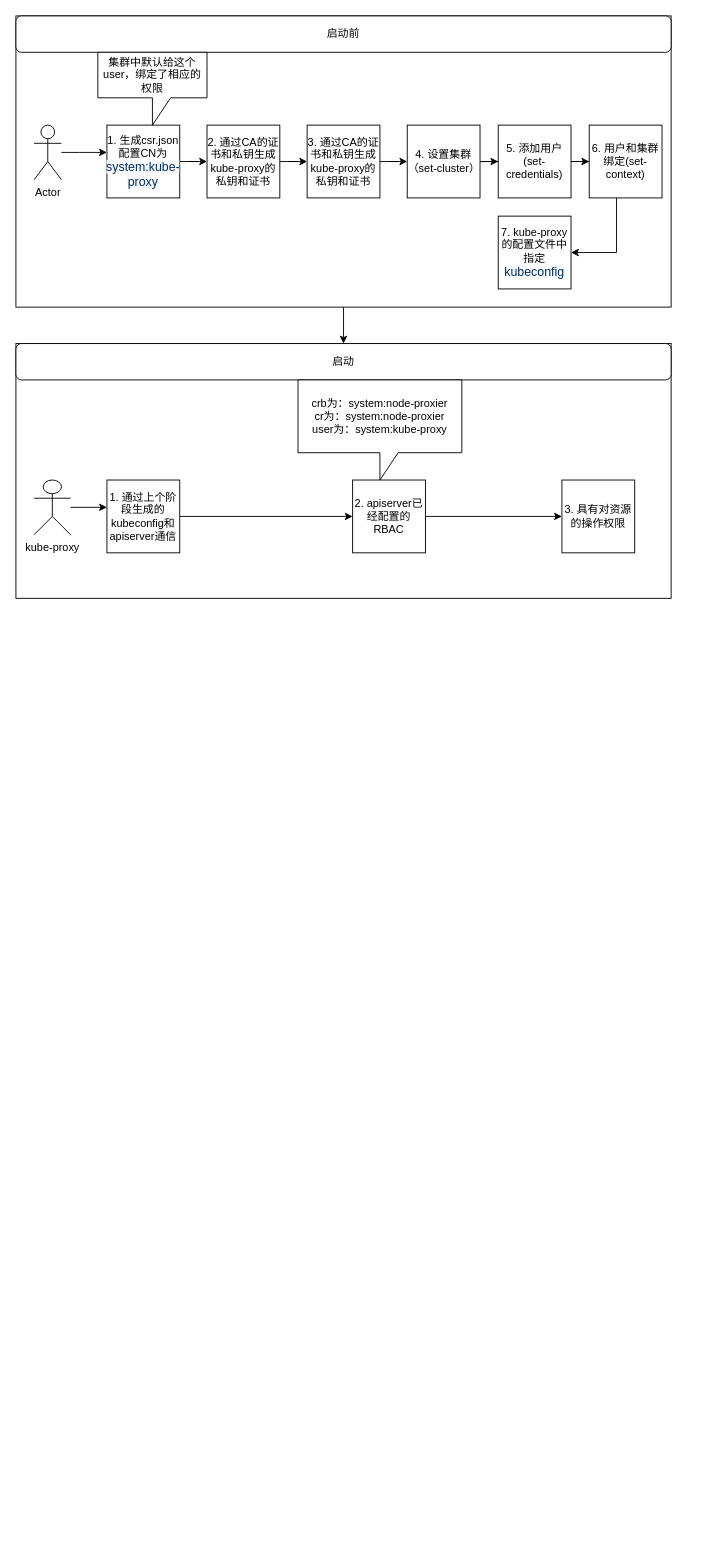
Above: TLS_bootstrap.drawio in helios741/plan (draw.io), before the change. Source tidied: cells renumbered, new cells numbered last; positions are measured from the earlier drawing's top-left corner, leaving out a move shared by most shapes. Both pictures are drawn from the tidied source at 91%, with x=0, y=0 at pixel (15, 15).
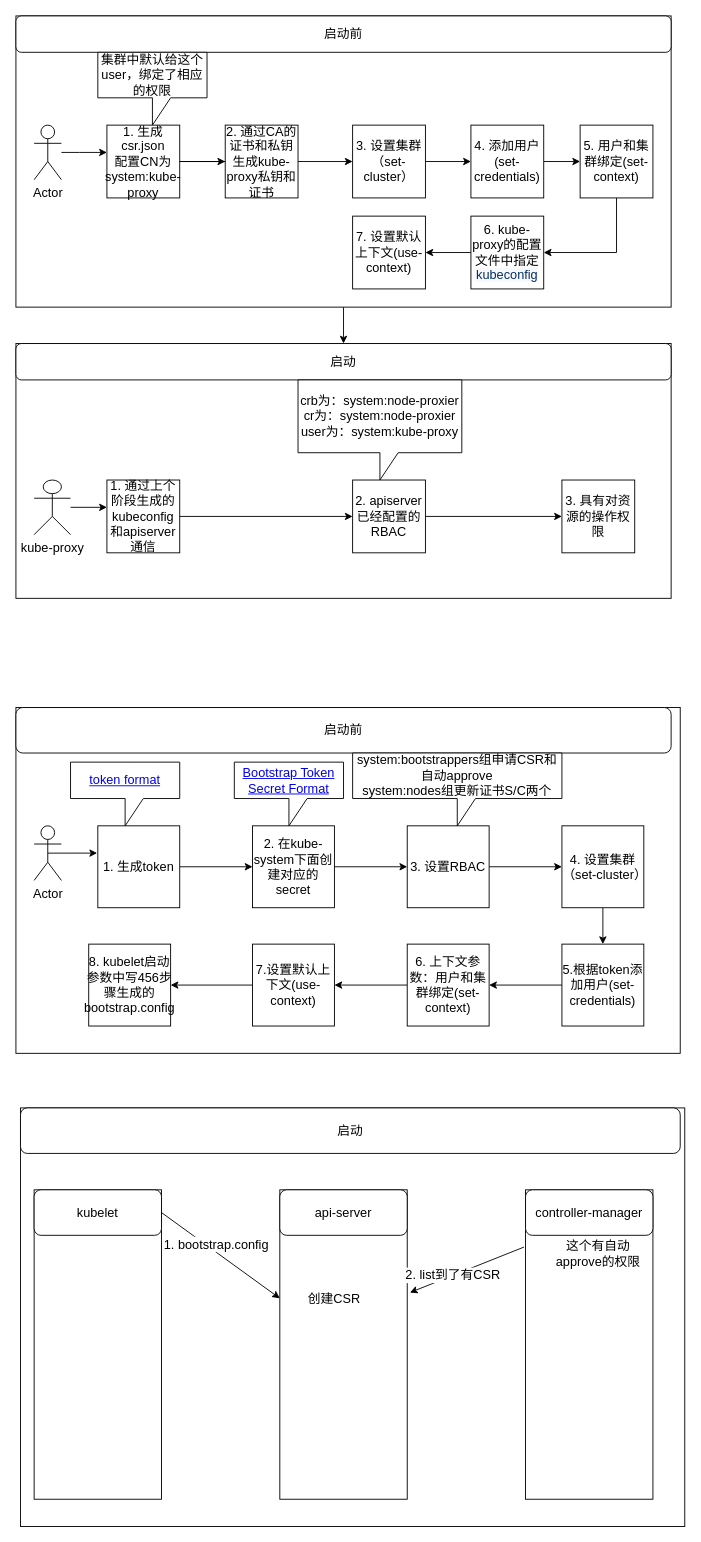
The same page after the edit.

What changed in the source:
```diff
@@
-    <mxCell id="2" style="edgeStyle=orthogonalEdgeStyle;rounded=0;jettySize=auto;html=1;" parent="1" edge="1" source="3" target="4">
+    <mxCell id="2" style="edgeStyle=orthogonalEdgeStyle;rounded=0;jettySize=auto;html=1;fontSize=14;" parent="1" edge="1" source="3" target="4">
       <mxGeometry relative="1" as="geometry" />
     </mxCell>
-    <mxCell id="3" style="rounded=0;whiteSpace=wrap;html=1;" parent="1" vertex="1">
+    <mxCell id="3" style="rounded=0;whiteSpace=wrap;html=1;fontSize=14;" parent="1" vertex="1">
       <mxGeometry width="720" height="320" as="geometry" />
     </mxCell>
-    <mxCell id="4" style="rounded=0;whiteSpace=wrap;html=1;" parent="1" vertex="1">
+    <mxCell id="4" style="rounded=0;whiteSpace=wrap;html=1;fontSize=14;" parent="1" vertex="1">
       <mxGeometry y="360" width="720" height="280" as="geometry" />
     </mxCell>
-    <mxCell id="5" value="启动前" style="rounded=1;whiteSpace=wrap;html=1;" parent="1" vertex="1">
+    <mxCell id="5" value="启动前" style="rounded=1;whiteSpace=wrap;html=1;fontSize=14;" parent="1" vertex="1">
       <mxGeometry width="720" height="40" as="geometry" />
     </mxCell>
-    <mxCell id="6" style="edgeStyle=orthogonalEdgeStyle;rounded=0;jettySize=auto;html=1;" parent="1" edge="1" source="7">
+    <mxCell id="6" style="edgeStyle=orthogonalEdgeStyle;rounded=0;jettySize=auto;html=1;fontSize=14;" parent="1" edge="1" source="7">
       <mxGeometry relative="1" as="geometry">
         <mxPoint x="100" y="150" as="targetPoint" />
         <Array as="points">
           <mxPoint x="70" y="150" />
           <mxPoint x="70" y="150" />
         </Array>
       </mxGeometry>
     </mxCell>
-    <mxCell id="7" value="Actor" style="shape=umlActor;verticalLabelPosition=bottom;labelBackgroundColor=#ffffff;verticalAlign=top;html=1;outlineConnect=0;" parent="1" vertex="1">
+    <mxCell id="7" value="Actor" style="shape=umlActor;verticalLabelPosition=bottom;labelBackgroundColor=#ffffff;verticalAlign=top;html=1;outlineConnect=0;fontSize=14;" parent="1" vertex="1">
       <mxGeometry x="20" y="120" width="30" height="60" as="geometry" />
     </mxCell>
-    <mxCell id="8" style="edgeStyle=orthogonalEdgeStyle;rounded=0;jettySize=auto;html=1;" parent="1" edge="1" source="9" target="11">
-      <mxGeometry relative="1" as="geometry" />
-    </mxCell>
-    <mxCell id="9" value="1. 生成csr.json&lt;br&gt;配置CN为&lt;span style=&quot;color: rgb(3 , 47 , 98) ; background-color: rgb(246 , 248 , 250) ; font-family: , &amp;#34;consolas&amp;#34; , &amp;#34;liberation mono&amp;#34; , &amp;#34;menlo&amp;#34; , monospace ; font-size: 13.6px&quot;&gt;system:kube-proxy&lt;/span&gt;" style="whiteSpace=wrap;html=1;" parent="1" vertex="1">
+    <mxCell id="9" value="1. 生成csr.json&lt;br style=&quot;font-size: 14px&quot;&gt;配置CN为system:kube-proxy" style="whiteSpace=wrap;html=1;fontSize=14;" parent="1" vertex="1">
       <mxGeometry x="100" y="120" width="80" height="80" as="geometry" />
     </mxCell>
-    <mxCell id="10" style="edgeStyle=orthogonalEdgeStyle;rounded=0;jettySize=auto;html=1;" parent="1" edge="1" source="11" target="13">
-      <mxGeometry relative="1" as="geometry" />
+    <mxCell id="10" style="edgeStyle=orthogonalEdgeStyle;rounded=0;jettySize=auto;html=1;fontSize=14;" parent="1" edge="1" target="13">
+      <mxGeometry relative="1" as="geometry">
+        <mxPoint x="290" y="160" as="sourcePoint" />
+        <Array as="points">
+          <mxPoint x="180" y="160" />
+          <mxPoint x="180" y="160" />
+        </Array>
+      </mxGeometry>
     </mxCell>
-    <mxCell id="11" value="2. 通过CA的证书和私钥生成kube-proxy的私钥和证书" style="whiteSpace=wrap;html=1;" parent="1" vertex="1">
-      <mxGeometry x="210" y="120" width="80" height="80" as="geometry" />
-    </mxCell>
-    <mxCell id="12" style="edgeStyle=orthogonalEdgeStyle;rounded=0;jettySize=auto;html=1;" parent="1" edge="1" source="13" target="15">
+    <mxCell id="12" style="edgeStyle=orthogonalEdgeStyle;rounded=0;jettySize=auto;html=1;fontSize=14;" parent="1" edge="1" source="13" target="15">
       <mxGeometry relative="1" as="geometry" />
     </mxCell>
-    <mxCell id="13" value="3. 通过CA的证书和私钥生成kube-proxy的私钥和证书" style="whiteSpace=wrap;html=1;" parent="1" vertex="1">
-      <mxGeometry x="320" y="120" width="80" height="80" as="geometry" />
+    <mxCell id="13" value="2. 通过CA的证书和私钥生成kube-proxy私钥和证书" style="whiteSpace=wrap;html=1;fontSize=14;" parent="1" vertex="1">
+      <mxGeometry x="230" y="120" width="80" height="80" as="geometry" />
     </mxCell>
-    <mxCell id="14" style="edgeStyle=orthogonalEdgeStyle;rounded=0;jettySize=auto;html=1;" parent="1" edge="1" source="15" target="17">
+    <mxCell id="14" style="edgeStyle=orthogonalEdgeStyle;rounded=0;jettySize=auto;html=1;fontSize=14;" parent="1" edge="1" source="15" target="17">
       <mxGeometry relative="1" as="geometry" />
     </mxCell>
-    <mxCell id="15" value="4.&amp;nbsp;设置集群（set-cluster）" style="whiteSpace=wrap;html=1;" parent="1" vertex="1">
-      <mxGeometry x="430" y="120" width="80" height="80" as="geometry" />
+    <mxCell id="15" value="3.&amp;nbsp;设置集群（set-cluster）" style="whiteSpace=wrap;html=1;fontSize=14;" parent="1" vertex="1">
+      <mxGeometry x="370" y="120" width="80" height="80" as="geometry" />
     </mxCell>
-    <mxCell id="16" style="edgeStyle=orthogonalEdgeStyle;rounded=0;jettySize=auto;html=1;" parent="1" edge="1" source="17" target="19">
+    <mxCell id="16" style="edgeStyle=orthogonalEdgeStyle;rounded=0;jettySize=auto;html=1;fontSize=14;" parent="1" edge="1" source="17" target="19">
       <mxGeometry relative="1" as="geometry" />
     </mxCell>
-    <mxCell id="17" value="5.&amp;nbsp;添加用户(set-credentials)" style="whiteSpace=wrap;html=1;" parent="1" vertex="1">
-      <mxGeometry x="530" y="120" width="80" height="80" as="geometry" />
+    <mxCell id="17" value="4.&amp;nbsp;添加用户(set-credentials)" style="whiteSpace=wrap;html=1;fontSize=14;" parent="1" vertex="1">
+      <mxGeometry x="500" y="120" width="80" height="80" as="geometry" />
     </mxCell>
-    <mxCell id="18" style="edgeStyle=orthogonalEdgeStyle;rounded=0;jettySize=auto;html=1;" parent="1" edge="1" source="19" target="20">
+    <mxCell id="18" style="edgeStyle=orthogonalEdgeStyle;rounded=0;jettySize=auto;html=1;fontSize=14;" parent="1" edge="1" source="19" target="20">
       <mxGeometry relative="1" as="geometry">
         <Array as="points">
           <mxPoint x="660" y="260" />
         </Array>
       </mxGeometry>
     </mxCell>
-    <mxCell id="19" value="6.&amp;nbsp;用户和集群绑定(set-context)" style="whiteSpace=wrap;html=1;" parent="1" vertex="1">
-      <mxGeometry x="630" y="120" width="80" height="80" as="geometry" />
+    <mxCell id="19" value="5.&amp;nbsp;用户和集群绑定(set-context)" style="whiteSpace=wrap;html=1;fontSize=14;" parent="1" vertex="1">
+      <mxGeometry x="620" y="120" width="80" height="80" as="geometry" />
     </mxCell>
+    <mxCell id="31" style="edgeStyle=orthogonalEdgeStyle;rounded=0;jettySize=auto;html=1;fontSize=14;" parent="1" edge="1" source="20" target="32">
+      <mxGeometry relative="1" as="geometry" />
+    </mxCell>
-    <mxCell id="20" value="7. kube-proxy的配置文件中指定&lt;span style=&quot;color: rgb(3 , 47 , 98) ; background-color: rgb(246 , 248 , 250) ; font-family: , &amp;#34;consolas&amp;#34; , &amp;#34;liberation mono&amp;#34; , &amp;#34;menlo&amp;#34; , monospace ; font-size: 13.6px&quot;&gt;kubeconfig&lt;/span&gt;" style="whiteSpace=wrap;html=1;" parent="1" vertex="1">
-      <mxGeometry x="530" y="220" width="80" height="80" as="geometry" />
+    <mxCell id="20" value="6. kube-proxy的配置文件中指定&lt;span style=&quot;color: rgb(3 , 47 , 98) ; background-color: rgb(246 , 248 , 250) ; font-size: 14px&quot;&gt;kubeconfig&lt;/span&gt;" style="whiteSpace=wrap;html=1;fontSize=14;" parent="1" vertex="1">
+      <mxGeometry x="500" y="220" width="80" height="80" as="geometry" />
     </mxCell>
+    <mxCell id="32" value="7.&amp;nbsp;设置默认上下文(use-context)" style="whiteSpace=wrap;html=1;fontSize=14;" parent="1" vertex="1">
+      <mxGeometry x="370" y="220" width="80" height="80" as="geometry" />
+    </mxCell>
-    <mxCell id="21" value="启动" style="rounded=1;whiteSpace=wrap;html=1;" parent="1" vertex="1">
+    <mxCell id="21" value="启动" style="rounded=1;whiteSpace=wrap;html=1;fontSize=14;" parent="1" vertex="1">
       <mxGeometry y="360" width="720" height="40" as="geometry" />
     </mxCell>
-    <mxCell id="22" value="集群中默认给这个user，绑定了相应的权限" style="shape=callout;whiteSpace=wrap;html=1;perimeter=calloutPerimeter;" parent="1" vertex="1">
+    <mxCell id="22" value="集群中默认给这个user，绑定了相应的权限" style="shape=callout;whiteSpace=wrap;html=1;perimeter=calloutPerimeter;fontSize=14;" parent="1" vertex="1">
       <mxGeometry x="90" y="40" width="120" height="80" as="geometry" />
     </mxCell>
-    <mxCell id="23" style="edgeStyle=orthogonalEdgeStyle;rounded=0;jettySize=auto;html=1;entryX=0;entryY=0.375;entryDx=0;entryDy=0;entryPerimeter=0;" parent="1" edge="1" source="24" target="26">
+    <mxCell id="23" style="edgeStyle=orthogonalEdgeStyle;rounded=0;jettySize=auto;html=1;entryX=0;entryY=0.375;entryDx=0;entryDy=0;entryPerimeter=0;fontSize=14;" parent="1" edge="1" source="24" target="26">
       <mxGeometry relative="1" as="geometry" />
     </mxCell>
-    <mxCell id="24" value="kube-proxy" style="shape=umlActor;verticalLabelPosition=bottom;labelBackgroundColor=#ffffff;verticalAlign=top;html=1;outlineConnect=0;" parent="1" vertex="1">
+    <mxCell id="24" value="kube-proxy" style="shape=umlActor;verticalLabelPosition=bottom;labelBackgroundColor=#ffffff;verticalAlign=top;html=1;outlineConnect=0;fontSize=14;" parent="1" vertex="1">
       <mxGeometry x="20" y="510" width="40" height="60" as="geometry" />
     </mxCell>
-    <mxCell id="25" style="edgeStyle=orthogonalEdgeStyle;rounded=0;jettySize=auto;html=1;" parent="1" edge="1" source="26" target="28">
+    <mxCell id="25" style="edgeStyle=orthogonalEdgeStyle;rounded=0;jettySize=auto;html=1;fontSize=14;" parent="1" edge="1" source="26" target="28">
       <mxGeometry relative="1" as="geometry" />
     </mxCell>
-    <mxCell id="26" value="1. 通过上个阶段生成的kubeconfig和apiserver通信" style="whiteSpace=wrap;html=1;" parent="1" vertex="1">
+    <mxCell id="26" value="1. 通过上个阶段生成的kubeconfig和apiserver通信" style="whiteSpace=wrap;html=1;fontSize=14;" parent="1" vertex="1">
       <mxGeometry x="100" y="510" width="80" height="80" as="geometry" />
     </mxCell>
-    <mxCell id="27" style="edgeStyle=orthogonalEdgeStyle;rounded=0;jettySize=auto;html=1;" parent="1" edge="1" source="28" target="29">
+    <mxCell id="27" style="edgeStyle=orthogonalEdgeStyle;rounded=0;jettySize=auto;html=1;fontSize=14;" parent="1" edge="1" source="28" target="29">
       <mxGeometry relative="1" as="geometry" />
     </mxCell>
-    <mxCell id="28" value="2. apiserver已经配置的RBAC" style="whiteSpace=wrap;html=1;" parent="1" vertex="1">
+    <mxCell id="28" value="2. apiserver已经配置的RBAC" style="whiteSpace=wrap;html=1;fontSize=14;" parent="1" vertex="1">
       <mxGeometry x="370" y="510" width="80" height="80" as="geometry" />
     </mxCell>
-    <mxCell id="29" value="3. 具有对资源的操作权限" style="whiteSpace=wrap;html=1;" parent="1" vertex="1">
+    <mxCell id="29" value="3. 具有对资源的操作权限" style="whiteSpace=wrap;html=1;fontSize=14;" parent="1" vertex="1">
       <mxGeometry x="600" y="510" width="80" height="80" as="geometry" />
     </mxCell>
-    <mxCell id="30" value="crb为：system:node-proxier&lt;br&gt;cr为：system:node-proxier&lt;br&gt;user为：system:kube-proxy" style="shape=callout;whiteSpace=wrap;html=1;perimeter=calloutPerimeter;" parent="1" vertex="1">
+    <mxCell id="30" value="crb为：system:node-proxier&lt;br style=&quot;font-size: 14px;&quot;&gt;cr为：system:node-proxier&lt;br style=&quot;font-size: 14px;&quot;&gt;user为：system:kube-proxy" style="shape=callout;whiteSpace=wrap;html=1;perimeter=calloutPerimeter;fontSize=14;" parent="1" vertex="1">
       <mxGeometry x="310" y="400" width="180" height="110" as="geometry" />
     </mxCell>
+    <mxCell id="33" style="rounded=0;whiteSpace=wrap;html=1;fontSize=14;" parent="1" vertex="1">
+      <mxGeometry y="760" width="730" height="380" as="geometry" />
+    </mxCell>
+    <mxCell id="34" style="rounded=0;whiteSpace=wrap;html=1;fontSize=14;" parent="1" vertex="1">
+      <mxGeometry x="5" y="1200" width="730" height="460" as="geometry" />
+    </mxCell>
+    <mxCell id="35" value="启动前" style="rounded=1;whiteSpace=wrap;html=1;fontSize=14;" parent="1" vertex="1">
+      <mxGeometry y="760" width="720" height="50" as="geometry" />
+    </mxCell>
+    <mxCell id="36" style="edgeStyle=orthogonalEdgeStyle;rounded=0;jettySize=auto;html=1;exitX=0.5;exitY=0.5;exitDx=0;exitDy=0;exitPerimeter=0;entryX=-0.008;entryY=0.333;entryDx=0;entryDy=0;entryPerimeter=0;fontSize=14;" parent="1" edge="1" source="37" target="39">
+      <mxGeometry relative="1" as="geometry" />
+    </mxCell>
+    <mxCell id="37" value="Actor" style="shape=umlActor;verticalLabelPosition=bottom;labelBackgroundColor=#ffffff;verticalAlign=top;html=1;outlineConnect=0;fontSize=14;" parent="1" vertex="1">
+      <mxGeometry x="20" y="890" width="30" height="60" as="geometry" />
+    </mxCell>
+    <mxCell id="38" style="edgeStyle=orthogonalEdgeStyle;rounded=0;jettySize=auto;html=1;fontSize=14;" parent="1" edge="1" source="39" target="41">
+      <mxGeometry relative="1" as="geometry" />
+    </mxCell>
+    <mxCell id="39" value="1. 生成token" style="rounded=0;whiteSpace=wrap;html=1;fontSize=14;" parent="1" vertex="1">
+      <mxGeometry x="90" y="890" width="90" height="90" as="geometry" />
+    </mxCell>
+    <mxCell id="40" style="edgeStyle=orthogonalEdgeStyle;rounded=0;jettySize=auto;html=1;fontSize=14;" parent="1" edge="1" source="41" target="43">
+      <mxGeometry relative="1" as="geometry" />
+    </mxCell>
+    <mxCell id="41" value="2. 在kube-system下面创建对应的secret" style="rounded=0;whiteSpace=wrap;html=1;fontSize=14;" parent="1" vertex="1">
+      <mxGeometry x="260" y="890" width="90" height="90" as="geometry" />
+    </mxCell>
+    <mxCell id="42" style="edgeStyle=orthogonalEdgeStyle;rounded=0;jettySize=auto;html=1;fontSize=14;" parent="1" edge="1" source="43" target="45">
+      <mxGeometry relative="1" as="geometry" />
+    </mxCell>
+    <mxCell id="43" value="3. 设置RBAC" style="rounded=0;whiteSpace=wrap;html=1;fontSize=14;" parent="1" vertex="1">
+      <mxGeometry x="430" y="890" width="90" height="90" as="geometry" />
+    </mxCell>
+    <mxCell id="44" style="edgeStyle=orthogonalEdgeStyle;rounded=0;jettySize=auto;html=1;fontSize=14;" parent="1" edge="1" source="45" target="47">
+      <mxGeometry relative="1" as="geometry" />
+    </mxCell>
+    <mxCell id="45" value="4.&amp;nbsp;设置集群（set-cluster）" style="rounded=0;whiteSpace=wrap;html=1;fontSize=14;" parent="1" vertex="1">
+      <mxGeometry x="600" y="890" width="90" height="90" as="geometry" />
+    </mxCell>
+    <mxCell id="46" style="edgeStyle=orthogonalEdgeStyle;rounded=0;jettySize=auto;html=1;fontSize=14;" parent="1" edge="1" source="47" target="49">
+      <mxGeometry relative="1" as="geometry" />
+    </mxCell>
+    <mxCell id="47" value="5.根据token添加用户(set-credentials)" style="rounded=0;whiteSpace=wrap;html=1;fontSize=14;" parent="1" vertex="1">
+      <mxGeometry x="600" y="1020" width="90" height="90" as="geometry" />
+    </mxCell>
+    <mxCell id="48" style="edgeStyle=orthogonalEdgeStyle;rounded=0;jettySize=auto;html=1;fontSize=14;" parent="1" edge="1" source="49" target="51">
+      <mxGeometry relative="1" as="geometry" />
+    </mxCell>
+    <mxCell id="49" value="6.&amp;nbsp;上下文参数：用户和集群绑定(set-context)" style="rounded=0;whiteSpace=wrap;html=1;fontSize=14;" parent="1" vertex="1">
+      <mxGeometry x="430" y="1020" width="90" height="90" as="geometry" />
+    </mxCell>
+    <mxCell id="50" style="edgeStyle=orthogonalEdgeStyle;rounded=0;jettySize=auto;html=1;fontSize=14;" parent="1" edge="1" source="51" target="52">
+      <mxGeometry relative="1" as="geometry" />
+    </mxCell>
+    <mxCell id="51" value="7.设置默认上下文(use-context)" style="rounded=0;whiteSpace=wrap;html=1;fontSize=14;" parent="1" vertex="1">
+      <mxGeometry x="260" y="1020" width="90" height="90" as="geometry" />
+    </mxCell>
+    <mxCell id="52" value="8. kubelet启动参数中写456步骤生成的bootstrap.config" style="rounded=0;whiteSpace=wrap;html=1;fontSize=14;" parent="1" vertex="1">
+      <mxGeometry x="80" y="1020" width="90" height="90" as="geometry" />
+    </mxCell>
+    <mxCell id="53" value="&lt;a href=&quot;https://kubernetes.io/docs/reference/access-authn-authz/bootstrap-tokens/#token-format&quot;&gt;token format&lt;/a&gt;" style="shape=callout;whiteSpace=wrap;html=1;perimeter=calloutPerimeter;fontSize=14;" parent="1" vertex="1">
+      <mxGeometry x="60" y="820" width="120" height="70" as="geometry" />
+    </mxCell>
+    <mxCell id="54" value="&lt;a href=&quot;https://kubernetes.io/docs/reference/access-authn-authz/bootstrap-tokens/#bootstrap-token-secret-format&quot;&gt;Bootstrap Token Secret Format&lt;/a&gt;" style="shape=callout;whiteSpace=wrap;html=1;perimeter=calloutPerimeter;fontSize=14;" parent="1" vertex="1">
+      <mxGeometry x="240" y="820" width="120" height="70" as="geometry" />
+    </mxCell>
+    <mxCell id="55" value="&lt;div&gt;system:bootstrappers组申请CSR和自动approve&lt;/div&gt;&lt;div&gt;system:nodes组更新证书S/C两个&lt;/div&gt;" style="shape=callout;whiteSpace=wrap;html=1;perimeter=calloutPerimeter;fontSize=14;" parent="1" vertex="1">
+      <mxGeometry x="370" y="810" width="230" height="80" as="geometry" />
+    </mxCell>
+    <mxCell id="56" value="启动" style="rounded=1;whiteSpace=wrap;html=1;fontSize=14;" parent="1" vertex="1">
+      <mxGeometry x="5" y="1200" width="725" height="50" as="geometry" />
+    </mxCell>
+    <mxCell id="57" style="rounded=0;whiteSpace=wrap;html=1;fontSize=14;" parent="1" vertex="1">
+      <mxGeometry x="20" y="1290" width="140" height="340" as="geometry" />
+    </mxCell>
+    <mxCell id="58" style="rounded=0;whiteSpace=wrap;html=1;fontSize=14;" parent="1" vertex="1">
+      <mxGeometry x="290" y="1290" width="140" height="340" as="geometry" />
+    </mxCell>
+    <mxCell id="59" style="rounded=0;whiteSpace=wrap;html=1;fontSize=14;" parent="1" vertex="1">
+      <mxGeometry x="560" y="1290" width="140" height="340" as="geometry" />
+    </mxCell>
+    <mxCell id="60" value="kubelet" style="rounded=1;whiteSpace=wrap;html=1;fontSize=14;" parent="1" vertex="1">
+      <mxGeometry x="20" y="1290" width="140" height="50" as="geometry" />
+    </mxCell>
+    <mxCell id="61" value="api-server" style="rounded=1;whiteSpace=wrap;html=1;fontSize=14;" parent="1" vertex="1">
+      <mxGeometry x="290" y="1290" width="140" height="50" as="geometry" />
+    </mxCell>
+    <mxCell id="62" value="controller-manager" style="rounded=1;whiteSpace=wrap;html=1;fontSize=14;" parent="1" vertex="1">
+      <mxGeometry x="560" y="1290" width="140" height="50" as="geometry" />
+    </mxCell>
+    <mxCell id="63" style="endArrow=classic;html=1;fontSize=14;exitX=1;exitY=0.5;exitDx=0;exitDy=0;" parent="1" edge="1" source="60" target="58">
+      <mxGeometry relative="1" as="geometry" />
+    </mxCell>
+    <mxCell id="64" value="1. bootstrap.config" style="text;html=1;align=center;verticalAlign=middle;labelBackgroundColor=#ffffff;fontSize=14;" parent="63" vertex="1">
+      <mxGeometry x="-0.4" y="-3" relative="1" as="geometry">
+        <mxPoint x="22.8" y="4.3" as="offset" />
+      </mxGeometry>
+    </mxCell>
+    <mxCell id="65" value="创建CSR" style="text;html=1;strokeColor=none;fillColor=none;align=center;verticalAlign=middle;whiteSpace=wrap;rounded=0;fontSize=14;" parent="1" vertex="1">
+      <mxGeometry x="310" y="1400" width="80" height="20" as="geometry" />
+    </mxCell>
+    <mxCell id="66" style="endArrow=classic;html=1;fontSize=14;entryX=1.021;entryY=0.332;entryDx=0;entryDy=0;entryPerimeter=0;exitX=-0.012;exitY=0.185;exitDx=0;exitDy=0;exitPerimeter=0;" parent="1" edge="1" source="59" target="58">
+      <mxGeometry relative="1" as="geometry" />
+    </mxCell>
+    <mxCell id="67" value="2. list到了有CSR" style="text;html=1;align=center;verticalAlign=middle;labelBackgroundColor=#ffffff;fontSize=14;" parent="66" vertex="1">
+      <mxGeometry x="0.25" y="-1" relative="1" as="geometry" />
+    </mxCell>
+    <mxCell id="68" value="这个有自动approve的权限" style="text;html=1;strokeColor=none;fillColor=none;align=center;verticalAlign=middle;whiteSpace=wrap;rounded=0;fontSize=14;" parent="1" vertex="1">
+      <mxGeometry x="580" y="1350" width="120" height="20" as="geometry" />
+    </mxCell>
```
